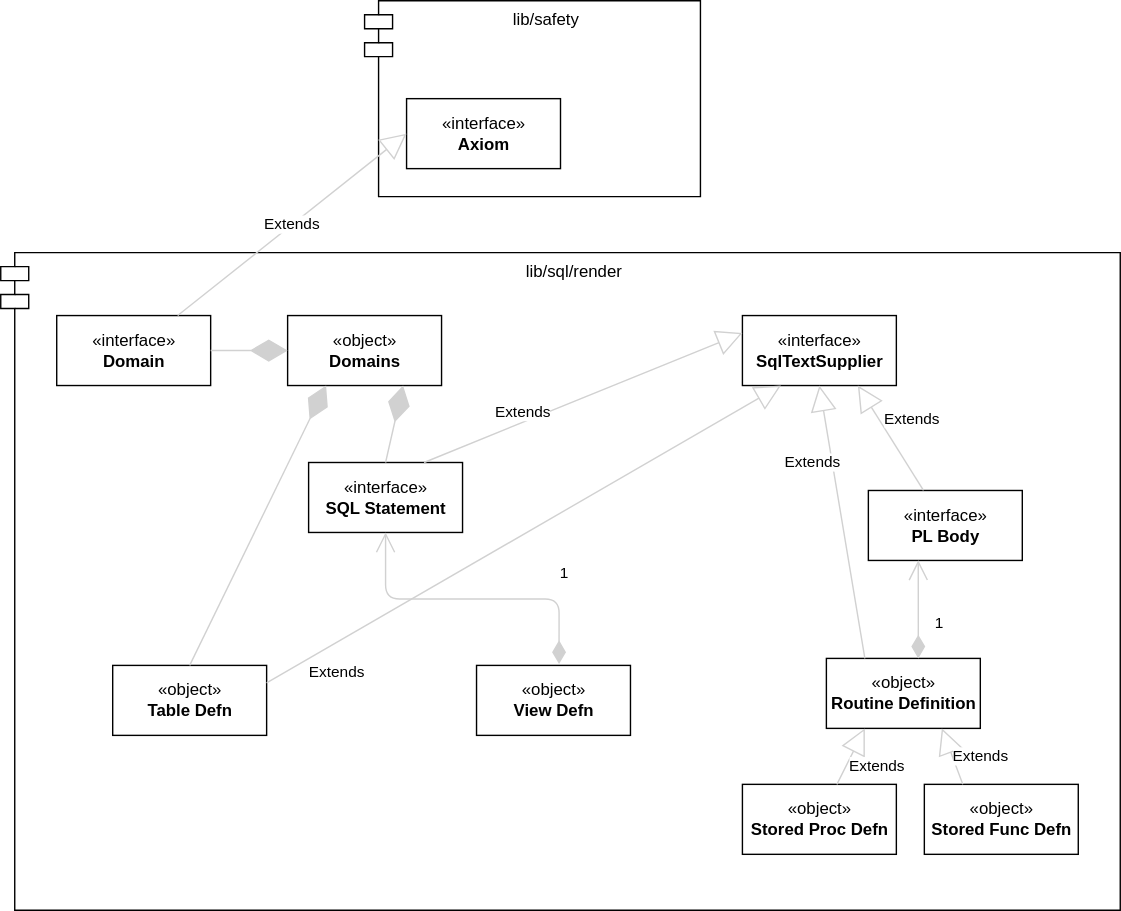
The draw.io diagram lib/sql/render/mod.drawio.svg in ResFactory/r2, before a commit. Source tidied: cells renumbered, new cells last; positions are measured from the earlier drawing's top-left corner, leaving out a move shared by most shapes.
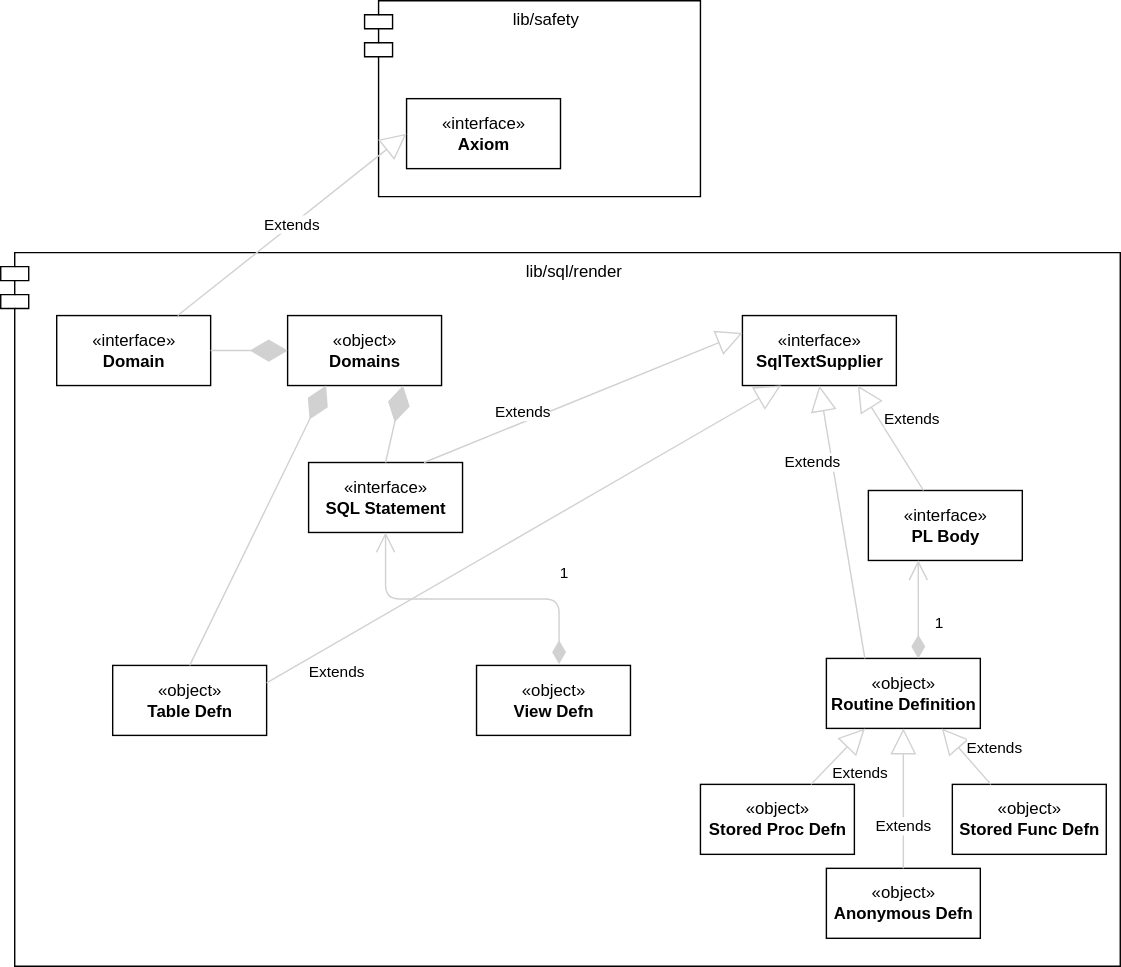
After the change.

Commit message:
docs: improve explanations

Diff of the diagram source:
```diff
@@ -3,7 +3,7 @@
     <mxCell id="0" />
     <mxCell id="1" parent="0" />
     <mxCell id="2" value="lib/sql/render" style="shape=module;align=left;spacingLeft=20;align=center;verticalAlign=top;" parent="1" vertex="1">
-      <mxGeometry y="180" width="800" height="470" as="geometry" />
+      <mxGeometry y="180" width="800" height="510" as="geometry" />
     </mxCell>
     <mxCell id="3" value="lib/safety" style="shape=module;align=left;spacingLeft=20;align=center;verticalAlign=top;" parent="1" vertex="1">
       <mxGeometry x="260" width="240" height="140" as="geometry" />
@@ -60,10 +60,10 @@
       <mxGeometry x="-0.36" y="7" relative="1" as="geometry" />
     </mxCell>
     <mxCell id="21" value="«object»&lt;br&gt;&lt;b&gt;Stored Proc Defn&lt;/b&gt;" style="html=1;" parent="1" vertex="1">
-      <mxGeometry x="530" y="560" width="110" height="50" as="geometry" />
+      <mxGeometry x="500" y="560" width="110" height="50" as="geometry" />
     </mxCell>
     <mxCell id="22" value="«object»&lt;br&gt;&lt;b&gt;Stored Func Defn&lt;/b&gt;" style="html=1;" parent="1" vertex="1">
-      <mxGeometry x="660" y="560" width="110" height="50" as="geometry" />
+      <mxGeometry x="680" y="560" width="110" height="50" as="geometry" />
     </mxCell>
     <mxCell id="23" value="Extends" style="endArrow=block;endSize=16;endFill=0;html=1;strokeColor=#D1D1D1;entryX=0.25;entryY=1;entryDx=0;entryDy=0;" parent="1" edge="1" source="21" target="11">
       <mxGeometry x="0.08" y="-20" relative="1" as="geometry" />
@@ -77,5 +77,11 @@
     <mxCell id="26" value="Extends" style="endArrow=block;endSize=16;endFill=0;html=1;strokeColor=#D1D1D1;entryX=0.5;entryY=1;entryDx=0;entryDy=0;exitX=0.25;exitY=0;exitDx=0;exitDy=0;" parent="1" edge="1" source="11" target="12">
       <mxGeometry x="0.46" y="14" relative="1" as="geometry" />
     </mxCell>
+    <mxCell id="27" value="«object»&lt;br&gt;&lt;b&gt;Anonymous Defn&lt;/b&gt;" style="html=1;" parent="1" vertex="1">
+      <mxGeometry x="590" y="620" width="110" height="50" as="geometry" />
+    </mxCell>
+    <mxCell id="28" value="Extends" style="endArrow=block;endSize=16;endFill=0;html=1;strokeColor=#D1D1D1;entryX=0.5;entryY=1;entryDx=0;entryDy=0;" parent="1" edge="1" source="27" target="11">
+      <mxGeometry x="-0.4" relative="1" as="geometry" />
+    </mxCell>
   </root>
 </mxGraphModel>
```
